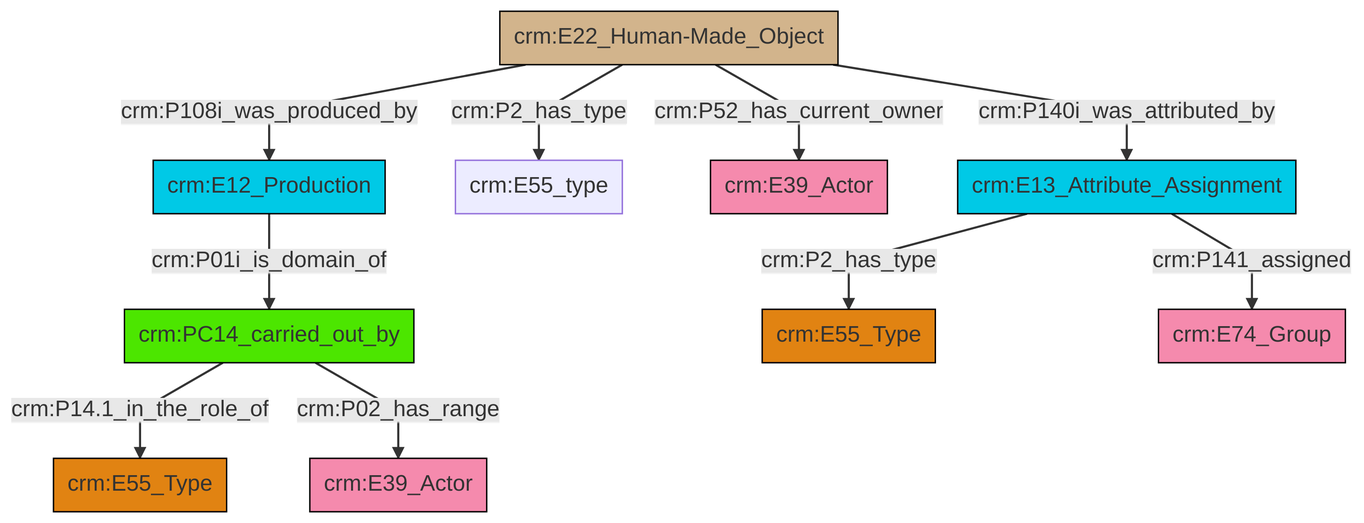
Before: et/builtWorkCSV/ttl/mmd/png/Built_Work_actor_relations.png, a diagram exported from Mermaid (swiss-art-research-net/reference-data-models). Its source is kept beside it as et/builtWorkCSV/ttl/mmd/Built_Work_actor_relations.ttl.mmd.
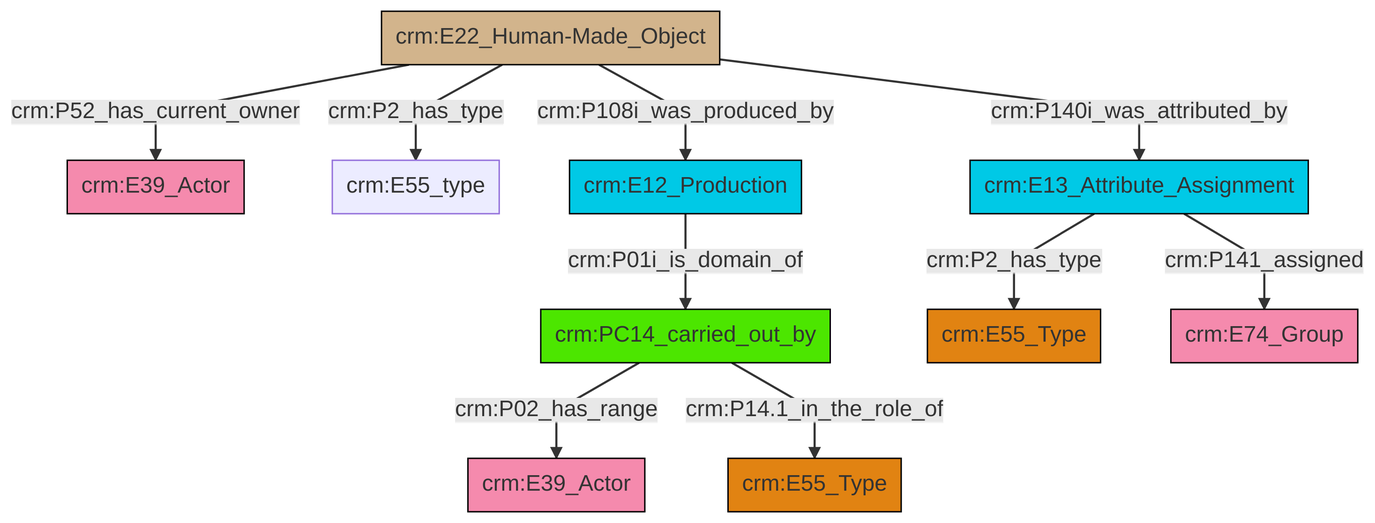
The same file after the commit.

Diff of the diagram source:
```diff
@@ -13,12 +13,12 @@
 classDef PC_Classes fill:#4ce600, stroke:#000000;
 classDef Multi fill:#cccccc,stroke:#000000;
 
-0["crm:E12_Production"]:::Temporal_Entity -->|crm:P01i_is_domain_of| 1["crm:PC14_carried_out_by"]:::PC_Classes
-8["crm:E22_Human-Made_Object"]:::Physical_Thing -->|crm:P2_has_type| 2["crm:E55_type"]:::Default
-8["crm:E22_Human-Made_Object"]:::Physical_Thing -->|crm:P108i_was_produced_by| 0["crm:E12_Production"]:::Temporal_Entity
-8["crm:E22_Human-Made_Object"]:::Physical_Thing -->|crm:P140i_was_attributed_by| 9["crm:E13_Attribute_Assignment"]:::Temporal_Entity
-1["crm:PC14_carried_out_by"]:::PC_Classes -->|crm:P14.1_in_the_role_of| 13["crm:E55_Type"]:::Type
-1["crm:PC14_carried_out_by"]:::PC_Classes -->|crm:P02_has_range| 4["crm:E39_Actor"]:::Actor
-9["crm:E13_Attribute_Assignment"]:::Temporal_Entity -->|crm:P2_has_type| 11["crm:E55_Type"]:::Type
-9["crm:E13_Attribute_Assignment"]:::Temporal_Entity -->|crm:P141_assigned| 16["crm:E74_Group"]:::Actor
-8["crm:E22_Human-Made_Object"]:::Physical_Thing -->|crm:P52_has_current_owner| 6["crm:E39_Actor"]:::Actor
+2["crm:PC14_carried_out_by"]:::PC_Classes -->|crm:P02_has_range| 3["crm:E39_Actor"]:::Actor
+2["crm:PC14_carried_out_by"]:::PC_Classes -->|crm:P14.1_in_the_role_of| 9["crm:E55_Type"]:::Type
+11["crm:E22_Human-Made_Object"]:::Physical_Thing -->|crm:P108i_was_produced_by| 12["crm:E12_Production"]:::Temporal_Entity
+11["crm:E22_Human-Made_Object"]:::Physical_Thing -->|crm:P52_has_current_owner| 0["crm:E39_Actor"]:::Actor
+11["crm:E22_Human-Made_Object"]:::Physical_Thing -->|crm:P140i_was_attributed_by| 13["crm:E13_Attribute_Assignment"]:::Temporal_Entity
+13["crm:E13_Attribute_Assignment"]:::Temporal_Entity -->|crm:P2_has_type| 5["crm:E55_Type"]:::Type
+13["crm:E13_Attribute_Assignment"]:::Temporal_Entity -->|crm:P141_assigned| 15["crm:E74_Group"]:::Actor
+11["crm:E22_Human-Made_Object"]:::Physical_Thing -->|crm:P2_has_type| 7["crm:E55_type"]:::Default
+12["crm:E12_Production"]:::Temporal_Entity -->|crm:P01i_is_domain_of| 2["crm:PC14_carried_out_by"]:::PC_Classes
```
